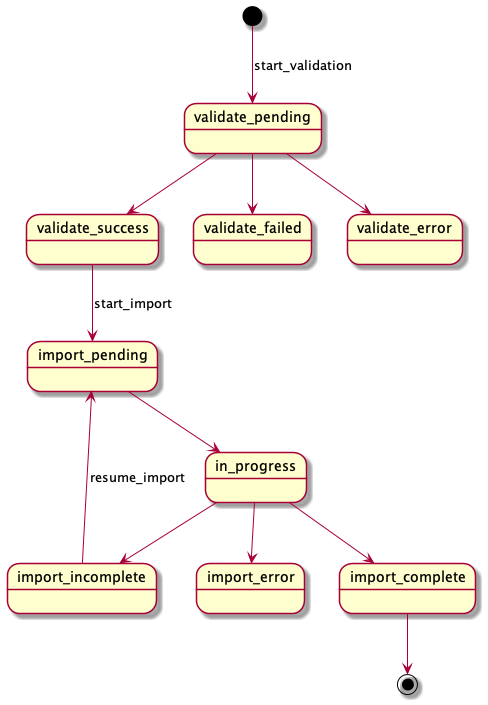
The PlantUML diagram docs/import_workflow.png in umd-lib/archelon, before a commit.
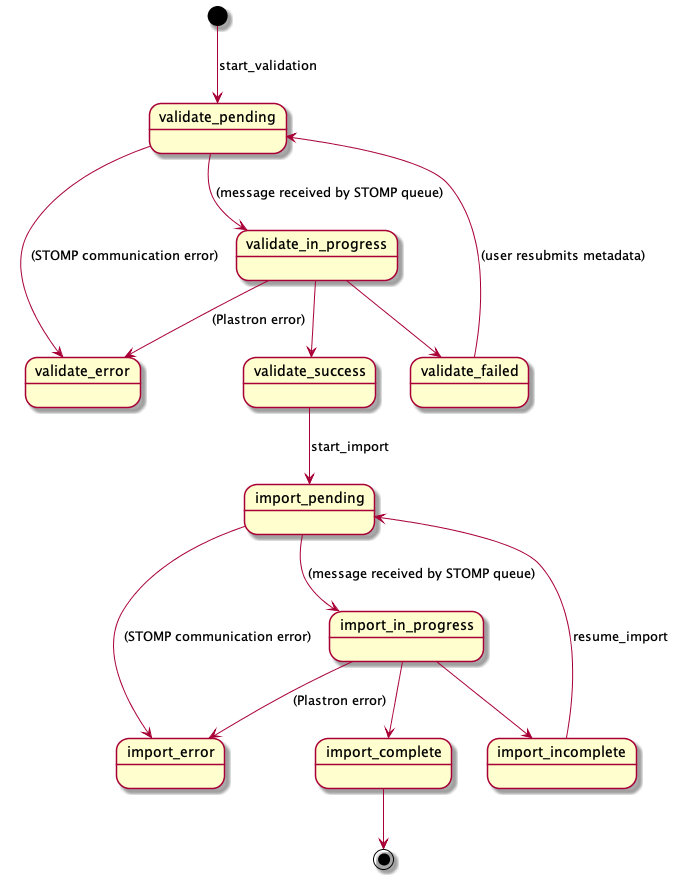
After the commit.

Change to the diagram source:
```diff
@@ -1,21 +1,29 @@
 @startuml
 [*] --> validate_pending : start_validation
 
-validate_pending --> validate_success
+validate_pending --> validate_in_progress : (message received by STOMP queue)
 
-validate_pending --> validate_failed
+validate_pending --> validate_error : (STOMP communication error)
 
-validate_pending --> validate_error
+validate_in_progress --> validate_success
+
+validate_in_progress --> validate_failed
+
+validate_failed --> validate_pending : (user resubmits metadata)
+
+validate_in_progress --> validate_error : (Plastron error)
 
 validate_success --> import_pending : start_import
 
-import_pending --> in_progress
+import_pending --> import_in_progress : (message received by STOMP queue)
 
-in_progress --> import_complete
+import_pending --> import_error : (STOMP communication error)
 
-in_progress --> import_incomplete
+import_in_progress --> import_incomplete
 
-in_progress --> import_error
+import_in_progress --> import_error : (Plastron error)
+
+import_in_progress --> import_complete
 
 import_complete --> [*]
 
```
